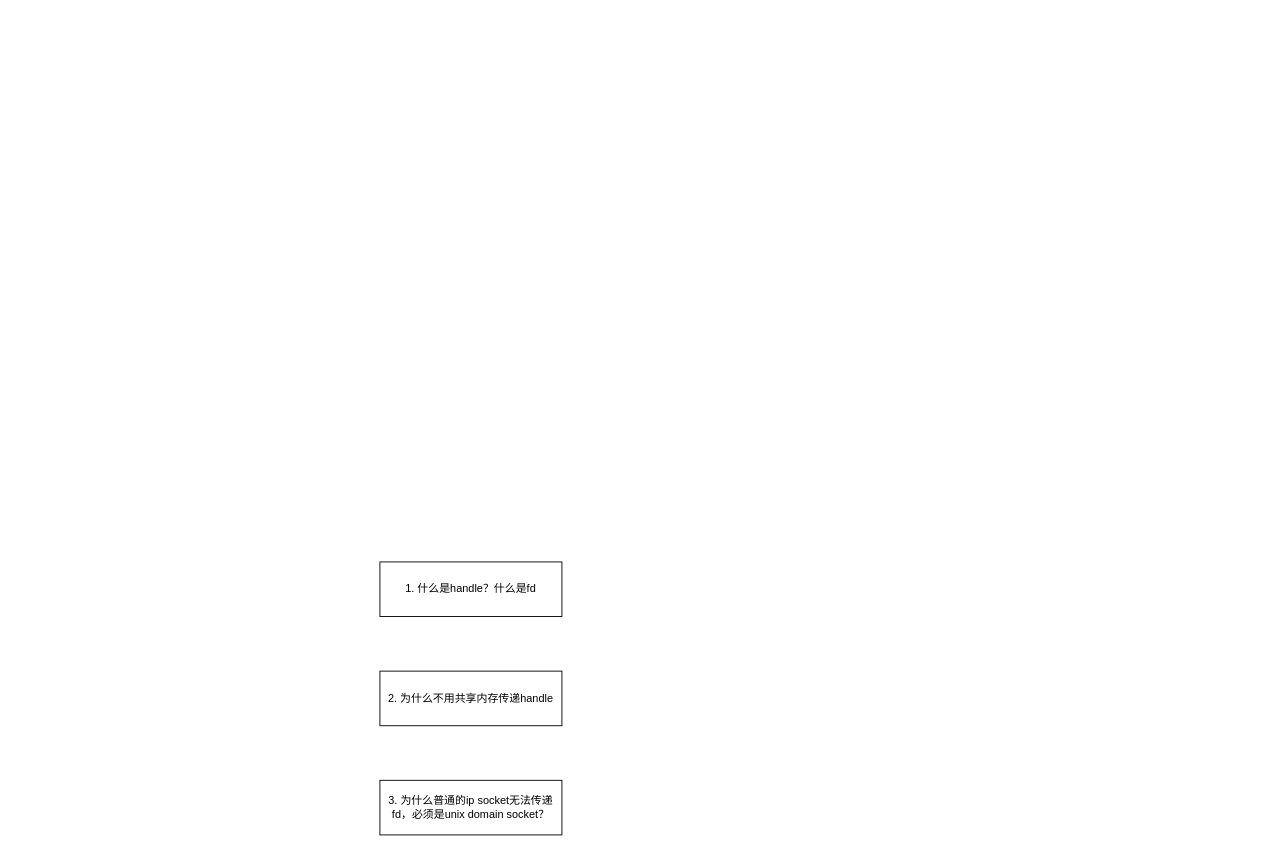
Before: 未命名绘图.drawio in sandstorm666/tools, a draw.io diagram. Source tidied: cells renumbered, new cells numbered last; positions are measured from the earlier drawing's top-left corner, leaving out a move shared by most shapes. Both pictures are drawn from the tidied source at 91%, with x=0, y=0 at pixel (379, 561).
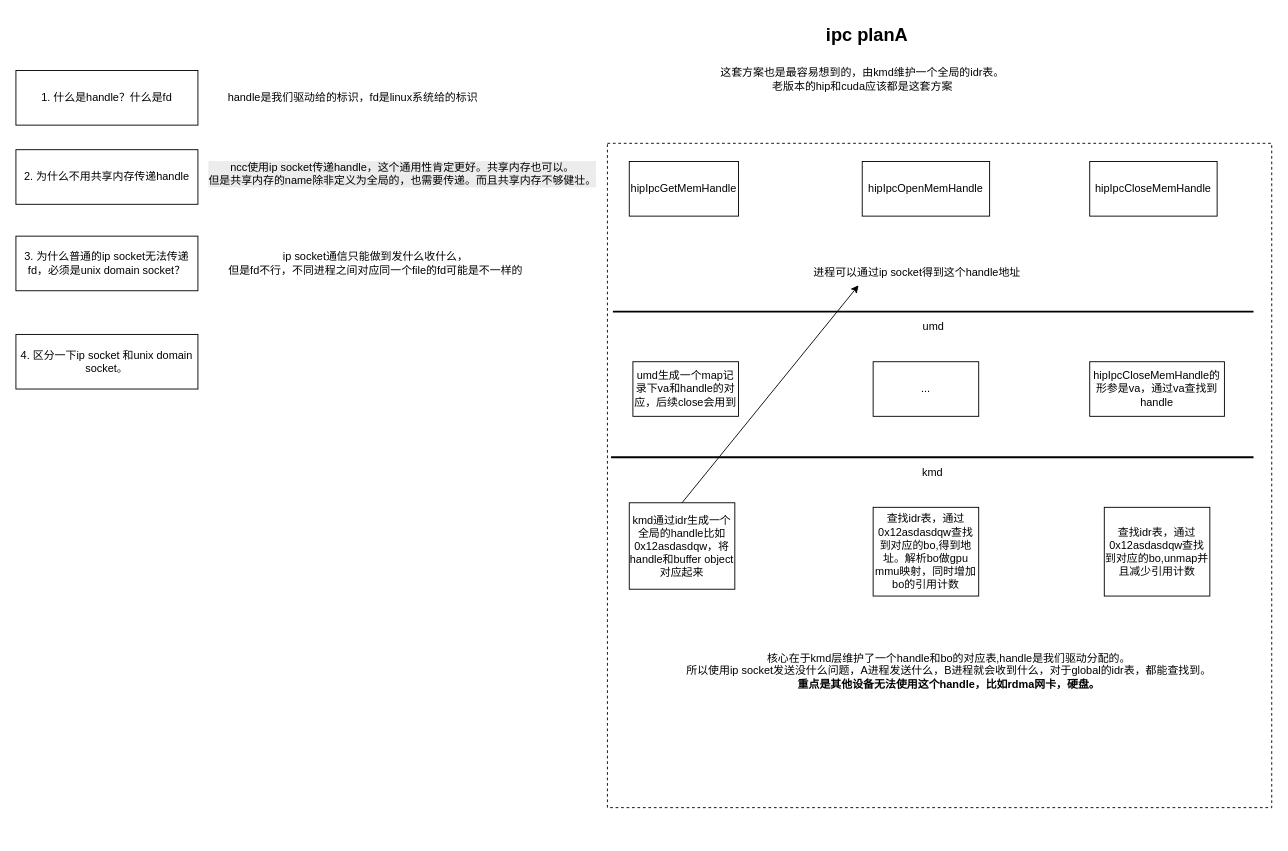
Above is the later version.

Change to the diagram source:
```diff
@@
     <mxCell id="2" value="1. 什么是handle？什么是fd" style="rounded=0;whiteSpace=wrap;html=1;" parent="1" vertex="1">
-      <mxGeometry width="200" height="60" as="geometry" />
+      <mxGeometry x="-400" y="-540" width="200" height="60" as="geometry" />
     </mxCell>
     <mxCell id="3" value="2. 为什么不用共享内存传递handle" style="rounded=0;whiteSpace=wrap;html=1;" parent="1" vertex="1">
-      <mxGeometry y="120" width="200" height="60" as="geometry" />
+      <mxGeometry x="-400" y="-453" width="200" height="60" as="geometry" />
     </mxCell>
     <mxCell id="4" value="3. 为什么普通的ip socket无法传递fd，必须是unix domain socket？" style="rounded=0;whiteSpace=wrap;html=1;" parent="1" vertex="1">
-      <mxGeometry y="240" width="200" height="60" as="geometry" />
+      <mxGeometry x="-400" y="-358" width="200" height="60" as="geometry" />
     </mxCell>
+    <mxCell id="5" style="whiteSpace=wrap;html=1;fillColor=none;dashed=1;" parent="1" vertex="1">
+      <mxGeometry x="250" y="-460" width="730" height="730" as="geometry" />
+    </mxCell>
+    <mxCell id="6" value="&lt;b&gt;&lt;font style=&quot;font-size: 20px;&quot;&gt;ipc planA&lt;/font&gt;&lt;/b&gt;" style="text;html=1;align=center;verticalAlign=middle;strokeColor=none;fillColor=none;" parent="1" vertex="1">
+      <mxGeometry x="480" y="-600" width="110" height="40" as="geometry" />
+    </mxCell>
+    <mxCell id="7" value="这套方案也是最容易想到的，由kmd维护一个全局的idr表。&lt;div&gt;&lt;font style=&quot;&quot;&gt;&lt;font&gt;老版本的hip和cuda应该都是这套方案&lt;/font&gt;&lt;/font&gt;&lt;/div&gt;" style="text;html=1;align=center;verticalAlign=middle;strokeColor=none;fillColor=none;" parent="1" vertex="1">
+      <mxGeometry x="360" y="-550" width="340" height="40" as="geometry" />
+    </mxCell>
+    <mxCell id="8" value="hipIpcGetMemHandle" style="rounded=0;whiteSpace=wrap;html=1;" parent="1" vertex="1">
+      <mxGeometry x="274" y="-440" width="120" height="60" as="geometry" />
+    </mxCell>
+    <mxCell id="9" value="kmd通过idr生成一个全局的handle比如0x12asdasdqw，将handle和buffer object对应起来" style="rounded=0;whiteSpace=wrap;html=1;" parent="1" vertex="1">
+      <mxGeometry x="274" y="-65" width="116" height="95" as="geometry" />
+    </mxCell>
+    <mxCell id="10" value="kmd" style="line;strokeWidth=2;html=1;" parent="1" vertex="1">
+      <mxGeometry x="254" y="-120" width="706" height="10" as="geometry" />
+    </mxCell>
+    <mxCell id="11" value="hipIpcOpenMemHandle" style="rounded=0;whiteSpace=wrap;html=1;" parent="1" vertex="1">
+      <mxGeometry x="530" y="-440" width="140" height="60" as="geometry" />
+    </mxCell>
+    <mxCell id="12" value="hipIpcCloseMemHandle" style="rounded=0;whiteSpace=wrap;html=1;" parent="1" vertex="1">
+      <mxGeometry x="780" y="-440" width="140" height="60" as="geometry" />
+    </mxCell>
+    <mxCell id="13" value="umd生成一个map记录下va和handle的对应，后续close会用到" style="rounded=0;whiteSpace=wrap;html=1;" parent="1" vertex="1">
+      <mxGeometry x="278" y="-220" width="116" height="60" as="geometry" />
+    </mxCell>
+    <mxCell id="14" value="umd" style="line;strokeWidth=2;html=1;" parent="1" vertex="1">
+      <mxGeometry x="256" y="-280" width="704" height="10" as="geometry" />
+    </mxCell>
+    <mxCell id="15" value="..." style="rounded=0;whiteSpace=wrap;html=1;" parent="1" vertex="1">
+      <mxGeometry x="542" y="-220" width="116" height="60" as="geometry" />
+    </mxCell>
+    <mxCell id="16" value="进程可以通过ip socket得到这个handle地址" style="text;html=1;align=center;verticalAlign=middle;points=[];strokeColor=none;fillColor=none;" parent="1" vertex="1">
+      <mxGeometry x="465" y="-333" width="250" height="30" as="geometry" />
+    </mxCell>
+    <mxCell id="17" value="4. 区分一下ip socket 和unix domain socket。" style="rounded=0;whiteSpace=wrap;html=1;" parent="1" vertex="1">
+      <mxGeometry x="-400" y="-250" width="200" height="60" as="geometry" />
+    </mxCell>
+    <mxCell id="18" style="endArrow=classic;html=1;rounded=0;exitX=0.5;exitY=0;exitDx=0;exitDy=0;entryX=0.244;entryY=0.967;entryDx=0;entryDy=0;entryPerimeter=0;" parent="1" edge="1" source="9" target="16">
+      <mxGeometry relative="1" as="geometry" />
+    </mxCell>
+    <mxCell id="19" value="查找idr表，通过0x12asdasdqw查找到对应的bo,得到地址。解析bo做gpu mmu映射，同时增加bo的引用计数" style="rounded=0;whiteSpace=wrap;html=1;" parent="1" vertex="1">
+      <mxGeometry x="542" y="-60" width="116" height="97.5" as="geometry" />
+    </mxCell>
+    <mxCell id="20" value="&lt;div style=&quot;forced-color-adjust: none; color: rgb(0, 0, 0); font-family: Helvetica; font-size: 12px; font-style: normal; font-variant-ligatures: normal; font-variant-caps: normal; font-weight: 400; letter-spacing: normal; orphans: 2; text-align: center; text-indent: 0px; text-transform: none; widows: 2; word-spacing: 0px; -webkit-text-stroke-width: 0px; white-space: nowrap; background-color: rgb(236, 236, 236); text-decoration-thickness: initial; text-decoration-style: initial; text-decoration-color: initial;&quot;&gt;ncc使用ip socket传递handle，这个通用性肯定更好。共享内存也可以。&lt;/div&gt;&lt;div style=&quot;forced-color-adjust: none; color: rgb(0, 0, 0); font-family: Helvetica; font-size: 12px; font-style: normal; font-variant-ligatures: normal; font-variant-caps: normal; font-weight: 400; letter-spacing: normal; orphans: 2; text-align: center; text-indent: 0px; text-transform: none; widows: 2; word-spacing: 0px; -webkit-text-stroke-width: 0px; white-space: nowrap; background-color: rgb(236, 236, 236); text-decoration-thickness: initial; text-decoration-style: initial; text-decoration-color: initial;&quot;&gt;但是共享内存的name除非定义为全局的，也需要传递。而且共享内存不够健壮。&lt;/div&gt;" style="text;whiteSpace=wrap;html=1;" parent="1" vertex="1">
+      <mxGeometry x="-190" y="-447" width="420" height="48" as="geometry" />
+    </mxCell>
+    <mxCell id="21" value="hipIpcCloseMemHandle的形参是va，通过va查找到handle" style="rounded=0;whiteSpace=wrap;html=1;" parent="1" vertex="1">
+      <mxGeometry x="780" y="-220" width="148" height="60" as="geometry" />
+    </mxCell>
+    <mxCell id="22" value="查找idr表，通过0x12asdasdqw查找到对应的bo,unmap并且减少引用计数" style="rounded=0;whiteSpace=wrap;html=1;" parent="1" vertex="1">
+      <mxGeometry x="796" y="-60" width="116" height="97.5" as="geometry" />
+    </mxCell>
+    <mxCell id="23" value="核心在于kmd层维护了一个handle和bo的对应表,handle是我们驱动分配的。&lt;div&gt;所以使用ip socket发送没什么问题，A进程发送什么，B进程就会收到什么，对于global的idr表，都能查找到。&lt;/div&gt;&lt;div&gt;&lt;b&gt;重点是其他设备无法使用这个handle，比如rdma网卡，硬盘。&lt;/b&gt;&lt;/div&gt;" style="text;html=1;align=center;verticalAlign=middle;strokeColor=none;fillColor=none;" parent="1" vertex="1">
+      <mxGeometry x="325" y="90" width="600" height="60" as="geometry" />
+    </mxCell>
+    <mxCell id="24" value="handle是我们驱动给的标识，fd是linux系统给的标识" style="text;html=1;align=center;verticalAlign=middle;strokeColor=none;fillColor=none;" parent="1" vertex="1">
+      <mxGeometry x="-180" y="-525" width="300" height="30" as="geometry" />
+    </mxCell>
+    <mxCell id="25" value="ip socket通信只能做到发什么收什么，&lt;div&gt;但是fd不行，不同进程之间对应同一个file的fd可能是不一样的&lt;/div&gt;" style="text;html=1;align=center;verticalAlign=middle;strokeColor=none;fillColor=none;" parent="1" vertex="1">
+      <mxGeometry x="-180" y="-348" width="350" height="40" as="geometry" />
+    </mxCell>
```
